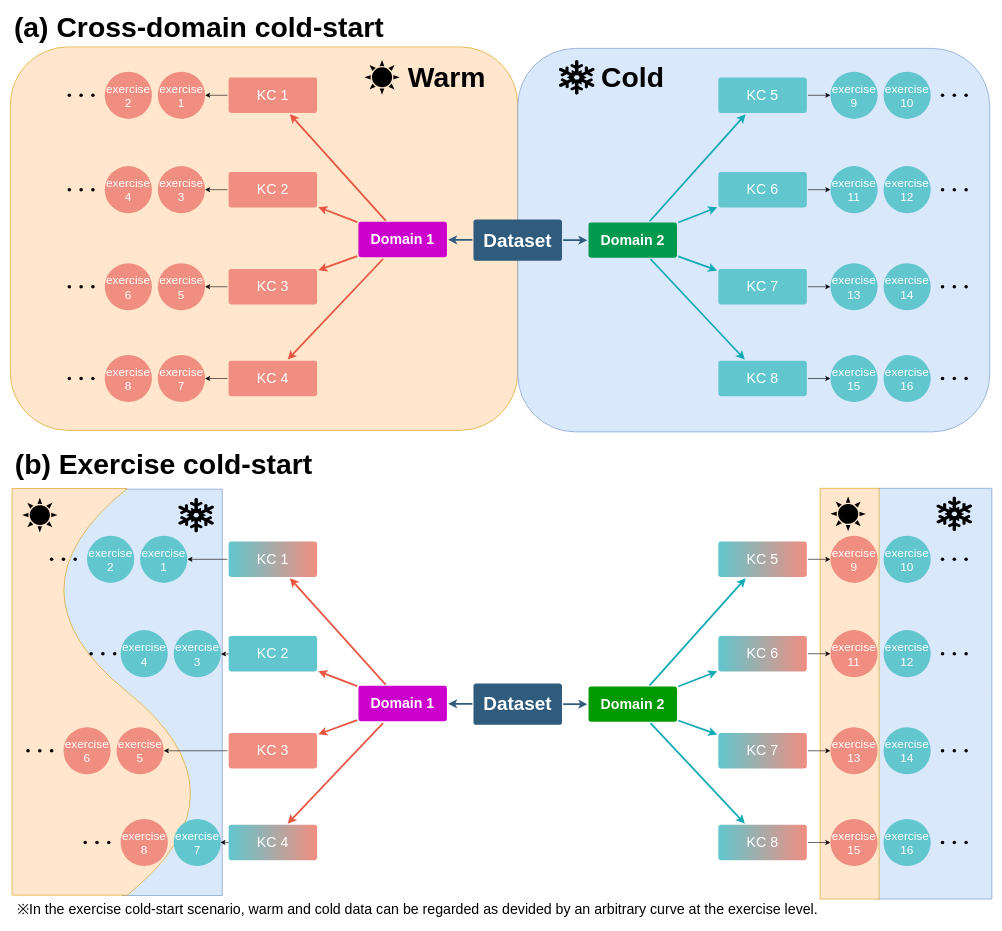
Above: 未命名绘图.drawio in BlackieFC/MyKT (draw.io), before the change. Source tidied: cells renumbered, new cells numbered last; positions are measured from the earlier drawing's top-left corner, leaving out a move shared by most shapes. Both pictures are drawn from the tidied source at 59%, with x=0, y=0 at pixel (-99, 18).
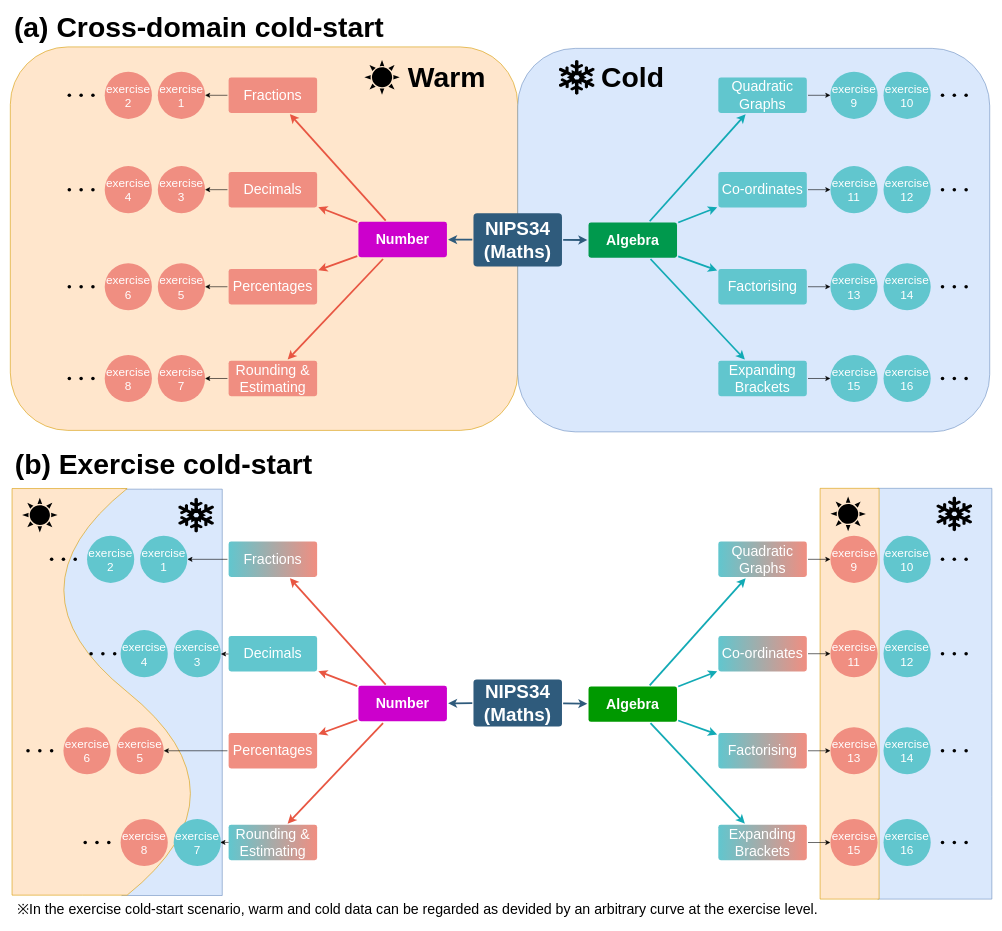
After the change.

Commit message:
更新未命名绘图.drawio

The edit, as a diff of the source:
```diff
@@
-    <mxCell id="10" value="&lt;font style=&quot;font-size: 32px;&quot;&gt;Dataset&lt;/font&gt;" style="rounded=1;whiteSpace=wrap;html=1;shadow=0;labelBackgroundColor=none;strokeColor=none;strokeWidth=3;fillColor=#2F5B7C;fontFamily=Helvetica;fontSize=16;fontColor=#FFFFFF;align=center;fontStyle=1;spacing=5;arcSize=7;perimeterSpacing=2;" parent="1" vertex="1">
-      <mxGeometry x="970" y="340.5" width="150" height="70" as="geometry" />
+    <mxCell id="10" value="&lt;font style=&quot;font-size: 32px;&quot;&gt;NIPS34&lt;/font&gt;&lt;div&gt;&lt;font style=&quot;font-size: 32px;&quot;&gt;(Maths)&lt;/font&gt;&lt;/div&gt;" style="rounded=1;whiteSpace=wrap;html=1;shadow=0;labelBackgroundColor=none;strokeColor=none;strokeWidth=3;fillColor=#2F5B7C;fontFamily=Helvetica;fontSize=16;fontColor=#FFFFFF;align=center;fontStyle=1;spacing=5;arcSize=7;perimeterSpacing=2;" parent="1" vertex="1">
+      <mxGeometry x="970" y="330" width="150" height="90" as="geometry" />
     </mxCell>
@@
-    <mxCell id="14" value="&lt;font style=&quot;font-size: 24px;&quot;&gt;Domain 1&lt;/font&gt;" style="rounded=1;whiteSpace=wrap;html=1;shadow=0;labelBackgroundColor=none;strokeColor=none;strokeWidth=3;fillColor=#CC00CC;fontFamily=Helvetica;fontSize=14;fontColor=#FFFFFF;align=center;spacing=5;fontStyle=1;arcSize=7;perimeterSpacing=2;" parent="1" vertex="1">
+    <mxCell id="14" value="&lt;font style=&quot;font-size: 24px;&quot;&gt;Number&lt;/font&gt;" style="rounded=1;whiteSpace=wrap;html=1;shadow=0;labelBackgroundColor=none;strokeColor=none;strokeWidth=3;fillColor=#CC00CC;fontFamily=Helvetica;fontSize=14;fontColor=#FFFFFF;align=center;spacing=5;fontStyle=1;arcSize=7;perimeterSpacing=2;" parent="1" vertex="1">
       <mxGeometry x="775" y="344.5" width="150" height="60" as="geometry" />
     </mxCell>
@@
-    <mxCell id="16" value="&lt;font style=&quot;font-size: 24px;&quot;&gt;KC 3&lt;/font&gt;" style="rounded=1;whiteSpace=wrap;html=1;shadow=0;labelBackgroundColor=none;strokeColor=none;strokeWidth=3;fillColor=#f08e81;fontFamily=Helvetica;fontSize=14;fontColor=#FFFFFF;align=center;spacing=5;fontStyle=0;arcSize=7;perimeterSpacing=2;" parent="1" vertex="1">
+    <mxCell id="16" value="&lt;font style=&quot;font-size: 24px;&quot;&gt;Percentages&lt;/font&gt;" style="rounded=1;whiteSpace=wrap;html=1;shadow=0;labelBackgroundColor=none;strokeColor=none;strokeWidth=3;fillColor=#f08e81;fontFamily=Helvetica;fontSize=14;fontColor=#FFFFFF;align=center;spacing=5;fontStyle=0;arcSize=7;perimeterSpacing=2;" parent="1" vertex="1">
       <mxGeometry x="555" y="424.5" width="150" height="60" as="geometry" />
     </mxCell>
-    <mxCell id="17" value="&lt;font style=&quot;font-size: 24px;&quot;&gt;KC 2&lt;/font&gt;" style="rounded=1;whiteSpace=wrap;html=1;shadow=0;labelBackgroundColor=none;strokeColor=none;strokeWidth=3;fillColor=#f08e81;fontFamily=Helvetica;fontSize=14;fontColor=#FFFFFF;align=center;spacing=5;fontStyle=0;arcSize=7;perimeterSpacing=2;" parent="1" vertex="1">
+    <mxCell id="17" value="&lt;font style=&quot;font-size: 24px;&quot;&gt;Decimals&lt;/font&gt;" style="rounded=1;whiteSpace=wrap;html=1;shadow=0;labelBackgroundColor=none;strokeColor=none;strokeWidth=3;fillColor=#f08e81;fontFamily=Helvetica;fontSize=14;fontColor=#FFFFFF;align=center;spacing=5;fontStyle=0;arcSize=7;perimeterSpacing=2;" parent="1" vertex="1">
       <mxGeometry x="555" y="260" width="150" height="60" as="geometry" />
     </mxCell>
@@
-    <mxCell id="19" value="&lt;font style=&quot;font-size: 24px;&quot;&gt;KC 1&lt;/font&gt;" style="rounded=1;whiteSpace=wrap;html=1;shadow=0;labelBackgroundColor=none;strokeColor=none;strokeWidth=3;fillColor=#f08e81;fontFamily=Helvetica;fontSize=14;fontColor=#FFFFFF;align=center;spacing=5;fontStyle=0;arcSize=7;perimeterSpacing=2;" parent="1" vertex="1">
+    <mxCell id="19" value="&lt;font style=&quot;font-size: 24px;&quot;&gt;Fractions&lt;/font&gt;" style="rounded=1;whiteSpace=wrap;html=1;shadow=0;labelBackgroundColor=none;strokeColor=none;strokeWidth=3;fillColor=#f08e81;fontFamily=Helvetica;fontSize=14;fontColor=#FFFFFF;align=center;spacing=5;fontStyle=0;arcSize=7;perimeterSpacing=2;" parent="1" vertex="1">
       <mxGeometry x="555" y="100" width="150" height="60" as="geometry" />
     </mxCell>
-    <mxCell id="20" value="&lt;font style=&quot;font-size: 24px;&quot;&gt;Domain 2&lt;/font&gt;" style="rounded=1;whiteSpace=wrap;html=1;shadow=0;labelBackgroundColor=none;strokeColor=none;strokeWidth=3;fillColor=#00994D;fontFamily=Helvetica;fontSize=14;fontColor=#FFFFFF;align=center;spacing=5;fontStyle=1;arcSize=7;perimeterSpacing=2;" parent="1" vertex="1">
+    <mxCell id="20" value="&lt;font style=&quot;font-size: 24px;&quot;&gt;Algebra&lt;/font&gt;" style="rounded=1;whiteSpace=wrap;html=1;shadow=0;labelBackgroundColor=none;strokeColor=none;strokeWidth=3;fillColor=#00994D;fontFamily=Helvetica;fontSize=14;fontColor=#FFFFFF;align=center;spacing=5;fontStyle=1;arcSize=7;perimeterSpacing=2;" parent="1" vertex="1">
       <mxGeometry x="1165" y="345.5" width="150" height="60" as="geometry" />
     </mxCell>
@@
-    <mxCell id="22" value="&lt;font style=&quot;font-size: 24px;&quot;&gt;KC 8&lt;/font&gt;" style="rounded=1;whiteSpace=wrap;html=1;shadow=0;labelBackgroundColor=none;strokeColor=none;strokeWidth=3;fillColor=#61c6ce;fontFamily=Helvetica;fontSize=14;fontColor=#FFFFFF;align=center;spacing=5;fontStyle=0;arcSize=7;perimeterSpacing=2;" parent="1" vertex="1">
+    <mxCell id="22" value="&lt;font style=&quot;font-size: 24px;&quot;&gt;Expanding&lt;/font&gt;&lt;div&gt;&lt;font style=&quot;font-size: 24px;&quot;&gt;Brackets&lt;/font&gt;&lt;/div&gt;" style="rounded=1;whiteSpace=wrap;html=1;shadow=0;labelBackgroundColor=none;strokeColor=none;strokeWidth=3;fillColor=#61c6ce;fontFamily=Helvetica;fontSize=14;fontColor=#FFFFFF;align=center;spacing=5;fontStyle=0;arcSize=7;perimeterSpacing=2;" parent="1" vertex="1">
       <mxGeometry x="1385" y="580" width="150" height="60" as="geometry" />
     </mxCell>
@@
-    <mxCell id="25" value="&lt;font style=&quot;font-size: 24px;&quot;&gt;KC 7&lt;/font&gt;" style="rounded=1;whiteSpace=wrap;html=1;shadow=0;labelBackgroundColor=none;strokeColor=none;strokeWidth=3;fillColor=#61c6ce;fontFamily=Helvetica;fontSize=14;fontColor=#FFFFFF;align=center;spacing=5;fontStyle=0;arcSize=7;perimeterSpacing=2;" parent="1" vertex="1">
+    <mxCell id="25" value="&lt;font style=&quot;font-size: 24px;&quot;&gt;Factorising&lt;/font&gt;" style="rounded=1;whiteSpace=wrap;html=1;shadow=0;labelBackgroundColor=none;strokeColor=none;strokeWidth=3;fillColor=#61c6ce;fontFamily=Helvetica;fontSize=14;fontColor=#FFFFFF;align=center;spacing=5;fontStyle=0;arcSize=7;perimeterSpacing=2;" parent="1" vertex="1">
       <mxGeometry x="1385" y="424.5" width="150" height="60" as="geometry" />
     </mxCell>
@@
-    <mxCell id="28" value="&lt;font style=&quot;font-size: 24px;&quot;&gt;KC 6&lt;/font&gt;" style="rounded=1;whiteSpace=wrap;html=1;shadow=0;labelBackgroundColor=none;strokeColor=none;strokeWidth=3;fillColor=#61c6ce;fontFamily=Helvetica;fontSize=14;fontColor=#FFFFFF;align=center;spacing=5;fontStyle=0;arcSize=7;perimeterSpacing=2;" parent="1" vertex="1">
+    <mxCell id="28" value="&lt;font style=&quot;font-size: 24px;&quot;&gt;Co-ordinates&lt;/font&gt;" style="rounded=1;whiteSpace=wrap;html=1;shadow=0;labelBackgroundColor=none;strokeColor=none;strokeWidth=3;fillColor=#61c6ce;fontFamily=Helvetica;fontSize=14;fontColor=#FFFFFF;align=center;spacing=5;fontStyle=0;arcSize=7;perimeterSpacing=2;" parent="1" vertex="1">
       <mxGeometry x="1385" y="260" width="150" height="60" as="geometry" />
     </mxCell>
@@
-    <mxCell id="31" value="&lt;font style=&quot;font-size: 24px;&quot;&gt;KC 5&lt;/font&gt;" style="rounded=1;whiteSpace=wrap;html=1;shadow=0;labelBackgroundColor=none;strokeColor=none;strokeWidth=3;fillColor=#61c6ce;fontFamily=Helvetica;fontSize=14;fontColor=#FFFFFF;align=center;spacing=5;fontStyle=0;arcSize=7;perimeterSpacing=2;" parent="1" vertex="1">
+    <mxCell id="31" value="&lt;font style=&quot;font-size: 24px;&quot;&gt;Quadratic&lt;/font&gt;&lt;div&gt;&lt;font style=&quot;font-size: 24px;&quot;&gt;Graphs&lt;/font&gt;&lt;/div&gt;" style="rounded=1;whiteSpace=wrap;html=1;shadow=0;labelBackgroundColor=none;strokeColor=none;strokeWidth=3;fillColor=#61c6ce;fontFamily=Helvetica;fontSize=14;fontColor=#FFFFFF;align=center;spacing=5;fontStyle=0;arcSize=7;perimeterSpacing=2;" parent="1" vertex="1">
       <mxGeometry x="1385" y="100" width="150" height="60" as="geometry" />
     </mxCell>
@@
-    <mxCell id="34" value="&lt;font style=&quot;font-size: 24px;&quot;&gt;KC 4&lt;/font&gt;" style="rounded=1;whiteSpace=wrap;html=1;shadow=0;labelBackgroundColor=none;strokeColor=none;strokeWidth=3;fillColor=#f08e81;fontFamily=Helvetica;fontSize=14;fontColor=#FFFFFF;align=center;spacing=5;fontStyle=0;arcSize=7;perimeterSpacing=2;" parent="1" vertex="1">
+    <mxCell id="34" value="&lt;font style=&quot;font-size: 24px;&quot;&gt;Rounding &amp;amp;&lt;/font&gt;&lt;div&gt;&lt;font style=&quot;font-size: 24px;&quot;&gt;Estimating&lt;/font&gt;&lt;/div&gt;" style="rounded=1;whiteSpace=wrap;html=1;shadow=0;labelBackgroundColor=none;strokeColor=none;strokeWidth=3;fillColor=#f08e81;fontFamily=Helvetica;fontSize=14;fontColor=#FFFFFF;align=center;spacing=5;fontStyle=0;arcSize=7;perimeterSpacing=2;" parent="1" vertex="1">
       <mxGeometry x="555" y="580" width="150" height="60" as="geometry" />
     </mxCell>
@@
-    <mxCell id="77" value="&lt;font style=&quot;font-size: 32px;&quot;&gt;Dataset&lt;/font&gt;" style="rounded=1;whiteSpace=wrap;html=1;shadow=0;labelBackgroundColor=none;strokeColor=none;strokeWidth=3;fillColor=#2F5B7C;fontFamily=Helvetica;fontSize=16;fontColor=#FFFFFF;align=center;fontStyle=1;spacing=5;arcSize=7;perimeterSpacing=2;" parent="1" vertex="1">
-      <mxGeometry x="970" y="1127" width="150" height="70" as="geometry" />
+    <mxCell id="77" value="&lt;font style=&quot;font-size: 32px;&quot;&gt;NIPS34&lt;/font&gt;&lt;div&gt;&lt;font style=&quot;font-size: 32px;&quot;&gt;(Maths)&lt;/font&gt;&lt;/div&gt;" style="rounded=1;whiteSpace=wrap;html=1;shadow=0;labelBackgroundColor=none;strokeColor=none;strokeWidth=3;fillColor=#2F5B7C;fontFamily=Helvetica;fontSize=16;fontColor=#FFFFFF;align=center;fontStyle=1;spacing=5;arcSize=7;perimeterSpacing=2;" parent="1" vertex="1">
+      <mxGeometry x="970" y="1120" width="150" height="80" as="geometry" />
     </mxCell>
@@
-    <mxCell id="81" value="&lt;font style=&quot;font-size: 24px;&quot;&gt;Domain 1&lt;/font&gt;" style="rounded=1;whiteSpace=wrap;html=1;shadow=0;labelBackgroundColor=none;strokeColor=none;strokeWidth=3;fillColor=#CC00CC;fontFamily=Helvetica;fontSize=14;fontColor=#FFFFFF;align=center;spacing=5;fontStyle=1;arcSize=7;perimeterSpacing=2;" parent="1" vertex="1">
+    <mxCell id="81" value="&lt;span style=&quot;font-size: 24px;&quot;&gt;Number&lt;/span&gt;" style="rounded=1;whiteSpace=wrap;html=1;shadow=0;labelBackgroundColor=none;strokeColor=none;strokeWidth=3;fillColor=#CC00CC;fontFamily=Helvetica;fontSize=14;fontColor=#FFFFFF;align=center;spacing=5;fontStyle=1;arcSize=7;perimeterSpacing=2;" parent="1" vertex="1">
       <mxGeometry x="775" y="1131" width="150" height="60" as="geometry" />
     </mxCell>
@@
-    <mxCell id="83" value="&lt;font style=&quot;font-size: 24px;&quot;&gt;KC 3&lt;/font&gt;" style="rounded=1;whiteSpace=wrap;html=1;shadow=0;labelBackgroundColor=none;strokeColor=none;strokeWidth=3;fillColor=#F08E81;fontFamily=Helvetica;fontSize=14;fontColor=#FFFFFF;align=center;spacing=5;fontStyle=0;arcSize=7;perimeterSpacing=2;gradientColor=none;gradientDirection=east;" parent="1" vertex="1">
+    <mxCell id="83" value="&lt;span style=&quot;font-size: 24px;&quot;&gt;Percentages&lt;/span&gt;" style="rounded=1;whiteSpace=wrap;html=1;shadow=0;labelBackgroundColor=none;strokeColor=none;strokeWidth=3;fillColor=#F08E81;fontFamily=Helvetica;fontSize=14;fontColor=#FFFFFF;align=center;spacing=5;fontStyle=0;arcSize=7;perimeterSpacing=2;gradientColor=none;gradientDirection=east;" parent="1" vertex="1">
       <mxGeometry x="555" y="1211" width="150" height="60" as="geometry" />
     </mxCell>
-    <mxCell id="84" value="&lt;font style=&quot;font-size: 24px;&quot;&gt;KC 2&lt;/font&gt;" style="rounded=1;whiteSpace=wrap;html=1;shadow=0;labelBackgroundColor=none;strokeColor=none;strokeWidth=3;fillColor=#61C6CE;fontFamily=Helvetica;fontSize=14;fontColor=#FFFFFF;align=center;spacing=5;fontStyle=0;arcSize=7;perimeterSpacing=2;gradientColor=none;gradientDirection=east;" parent="1" vertex="1">
+    <mxCell id="84" value="&lt;span style=&quot;font-size: 24px;&quot;&gt;Decimals&lt;/span&gt;" style="rounded=1;whiteSpace=wrap;html=1;shadow=0;labelBackgroundColor=none;strokeColor=none;strokeWidth=3;fillColor=#61C6CE;fontFamily=Helvetica;fontSize=14;fontColor=#FFFFFF;align=center;spacing=5;fontStyle=0;arcSize=7;perimeterSpacing=2;gradientColor=none;gradientDirection=east;" parent="1" vertex="1">
       <mxGeometry x="555" y="1046.5" width="150" height="60" as="geometry" />
     </mxCell>
@@
-    <mxCell id="86" value="&lt;font style=&quot;font-size: 24px;&quot;&gt;KC 1&lt;/font&gt;" style="rounded=1;whiteSpace=wrap;html=1;shadow=0;labelBackgroundColor=none;strokeColor=none;strokeWidth=3;fillColor=#61C6CE;fontFamily=Helvetica;fontSize=14;fontColor=#FFFFFF;align=center;spacing=5;fontStyle=0;arcSize=7;perimeterSpacing=2;fillStyle=auto;gradientColor=#F08E81;gradientDirection=east;" parent="1" vertex="1">
+    <mxCell id="86" value="&lt;span style=&quot;font-size: 24px;&quot;&gt;Fractions&lt;/span&gt;" style="rounded=1;whiteSpace=wrap;html=1;shadow=0;labelBackgroundColor=none;strokeColor=none;strokeWidth=3;fillColor=#61C6CE;fontFamily=Helvetica;fontSize=14;fontColor=#FFFFFF;align=center;spacing=5;fontStyle=0;arcSize=7;perimeterSpacing=2;fillStyle=auto;gradientColor=#F08E81;gradientDirection=east;" parent="1" vertex="1">
       <mxGeometry x="555" y="886.5" width="150" height="60" as="geometry" />
     </mxCell>
-    <mxCell id="87" value="&lt;font style=&quot;font-size: 24px;&quot;&gt;Domain 2&lt;/font&gt;" style="rounded=1;whiteSpace=wrap;html=1;shadow=0;labelBackgroundColor=none;strokeColor=none;strokeWidth=3;fillColor=#009900;fontFamily=Helvetica;fontSize=14;fontColor=#FFFFFF;align=center;spacing=5;fontStyle=1;arcSize=7;perimeterSpacing=2;" parent="1" vertex="1">
+    <mxCell id="87" value="&lt;span style=&quot;font-size: 24px;&quot;&gt;Algebra&lt;/span&gt;" style="rounded=1;whiteSpace=wrap;html=1;shadow=0;labelBackgroundColor=none;strokeColor=none;strokeWidth=3;fillColor=#009900;fontFamily=Helvetica;fontSize=14;fontColor=#FFFFFF;align=center;spacing=5;fontStyle=1;arcSize=7;perimeterSpacing=2;" parent="1" vertex="1">
       <mxGeometry x="1165" y="1132" width="150" height="60" as="geometry" />
     </mxCell>
@@
-    <mxCell id="89" value="&lt;font style=&quot;font-size: 24px;&quot;&gt;KC 8&lt;/font&gt;" style="rounded=1;whiteSpace=wrap;html=1;shadow=0;labelBackgroundColor=none;strokeColor=none;strokeWidth=3;fillColor=#61C6CE;fontFamily=Helvetica;fontSize=14;fontColor=#FFFFFF;align=center;spacing=5;fontStyle=0;arcSize=7;perimeterSpacing=2;gradientColor=#F08E81;gradientDirection=east;" parent="1" vertex="1">
+    <mxCell id="89" value="&lt;font style=&quot;font-size: 24px;&quot;&gt;Expanding&lt;/font&gt;&lt;div&gt;&lt;font style=&quot;font-size: 24px;&quot;&gt;Brackets&lt;/font&gt;&lt;/div&gt;" style="rounded=1;whiteSpace=wrap;html=1;shadow=0;labelBackgroundColor=none;strokeColor=none;strokeWidth=3;fillColor=#61C6CE;fontFamily=Helvetica;fontSize=14;fontColor=#FFFFFF;align=center;spacing=5;fontStyle=0;arcSize=7;perimeterSpacing=2;gradientColor=#F08E81;gradientDirection=east;" parent="1" vertex="1">
       <mxGeometry x="1385" y="1366.5" width="150" height="60" as="geometry" />
     </mxCell>
@@
-    <mxCell id="92" value="&lt;font style=&quot;font-size: 24px;&quot;&gt;KC 7&lt;/font&gt;" style="rounded=1;whiteSpace=wrap;html=1;shadow=0;labelBackgroundColor=none;strokeColor=none;strokeWidth=3;fillColor=#61C6CE;fontFamily=Helvetica;fontSize=14;fontColor=#FFFFFF;align=center;spacing=5;fontStyle=0;arcSize=7;perimeterSpacing=2;gradientColor=#F08E81;gradientDirection=east;" parent="1" vertex="1">
+    <mxCell id="92" value="&lt;span style=&quot;font-size: 24px;&quot;&gt;Factorising&lt;/span&gt;" style="rounded=1;whiteSpace=wrap;html=1;shadow=0;labelBackgroundColor=none;strokeColor=none;strokeWidth=3;fillColor=#61C6CE;fontFamily=Helvetica;fontSize=14;fontColor=#FFFFFF;align=center;spacing=5;fontStyle=0;arcSize=7;perimeterSpacing=2;gradientColor=#F08E81;gradientDirection=east;" parent="1" vertex="1">
       <mxGeometry x="1385" y="1211" width="150" height="60" as="geometry" />
     </mxCell>
@@
-    <mxCell id="95" value="&lt;font style=&quot;font-size: 24px;&quot;&gt;KC 6&lt;/font&gt;" style="rounded=1;whiteSpace=wrap;html=1;shadow=0;labelBackgroundColor=none;strokeColor=none;strokeWidth=3;fillColor=#61c6ce;fontFamily=Helvetica;fontSize=14;fontColor=#FFFFFF;align=center;spacing=5;fontStyle=0;arcSize=7;perimeterSpacing=2;gradientColor=#F08E81;gradientDirection=east;" parent="1" vertex="1">
+    <mxCell id="95" value="&lt;span style=&quot;font-size: 24px;&quot;&gt;Co-ordinates&lt;/span&gt;" style="rounded=1;whiteSpace=wrap;html=1;shadow=0;labelBackgroundColor=none;strokeColor=none;strokeWidth=3;fillColor=#61c6ce;fontFamily=Helvetica;fontSize=14;fontColor=#FFFFFF;align=center;spacing=5;fontStyle=0;arcSize=7;perimeterSpacing=2;gradientColor=#F08E81;gradientDirection=east;" parent="1" vertex="1">
       <mxGeometry x="1385" y="1046.5" width="150" height="60" as="geometry" />
     </mxCell>
@@
-    <mxCell id="98" value="&lt;font style=&quot;font-size: 24px;&quot;&gt;KC 5&lt;/font&gt;" style="rounded=1;whiteSpace=wrap;html=1;shadow=0;labelBackgroundColor=none;strokeColor=none;strokeWidth=3;fillColor=#61c6ce;fontFamily=Helvetica;fontSize=14;fontColor=#FFFFFF;align=center;spacing=5;fontStyle=0;arcSize=7;perimeterSpacing=2;gradientColor=#F08E81;gradientDirection=east;" parent="1" vertex="1">
+    <mxCell id="98" value="&lt;font style=&quot;font-size: 24px;&quot;&gt;Quadratic&lt;/font&gt;&lt;div&gt;&lt;font style=&quot;font-size: 24px;&quot;&gt;Graphs&lt;/font&gt;&lt;/div&gt;" style="rounded=1;whiteSpace=wrap;html=1;shadow=0;labelBackgroundColor=none;strokeColor=none;strokeWidth=3;fillColor=#61c6ce;fontFamily=Helvetica;fontSize=14;fontColor=#FFFFFF;align=center;spacing=5;fontStyle=0;arcSize=7;perimeterSpacing=2;gradientColor=#F08E81;gradientDirection=east;" parent="1" vertex="1">
       <mxGeometry x="1385" y="886.5" width="150" height="60" as="geometry" />
     </mxCell>
@@
-    <mxCell id="100" value="&lt;font style=&quot;font-size: 24px;&quot;&gt;KC 4&lt;/font&gt;" style="rounded=1;whiteSpace=wrap;html=1;shadow=0;labelBackgroundColor=none;strokeColor=none;strokeWidth=3;fillColor=#61C6CE;fontFamily=Helvetica;fontSize=14;fontColor=#FFFFFF;align=center;spacing=5;fontStyle=0;arcSize=7;perimeterSpacing=2;gradientColor=#F08E81;gradientDirection=east;" parent="1" vertex="1">
+    <mxCell id="100" value="&lt;font style=&quot;font-size: 24px;&quot;&gt;Rounding &amp;amp;&lt;/font&gt;&lt;div&gt;&lt;font style=&quot;font-size: 24px;&quot;&gt;Estimating&lt;/font&gt;&lt;/div&gt;" style="rounded=1;whiteSpace=wrap;html=1;shadow=0;labelBackgroundColor=none;strokeColor=none;strokeWidth=3;fillColor=#61C6CE;fontFamily=Helvetica;fontSize=14;fontColor=#FFFFFF;align=center;spacing=5;fontStyle=0;arcSize=7;perimeterSpacing=2;gradientColor=#F08E81;gradientDirection=east;" parent="1" vertex="1">
       <mxGeometry x="555" y="1366.5" width="150" height="60" as="geometry" />
     </mxCell>
```
